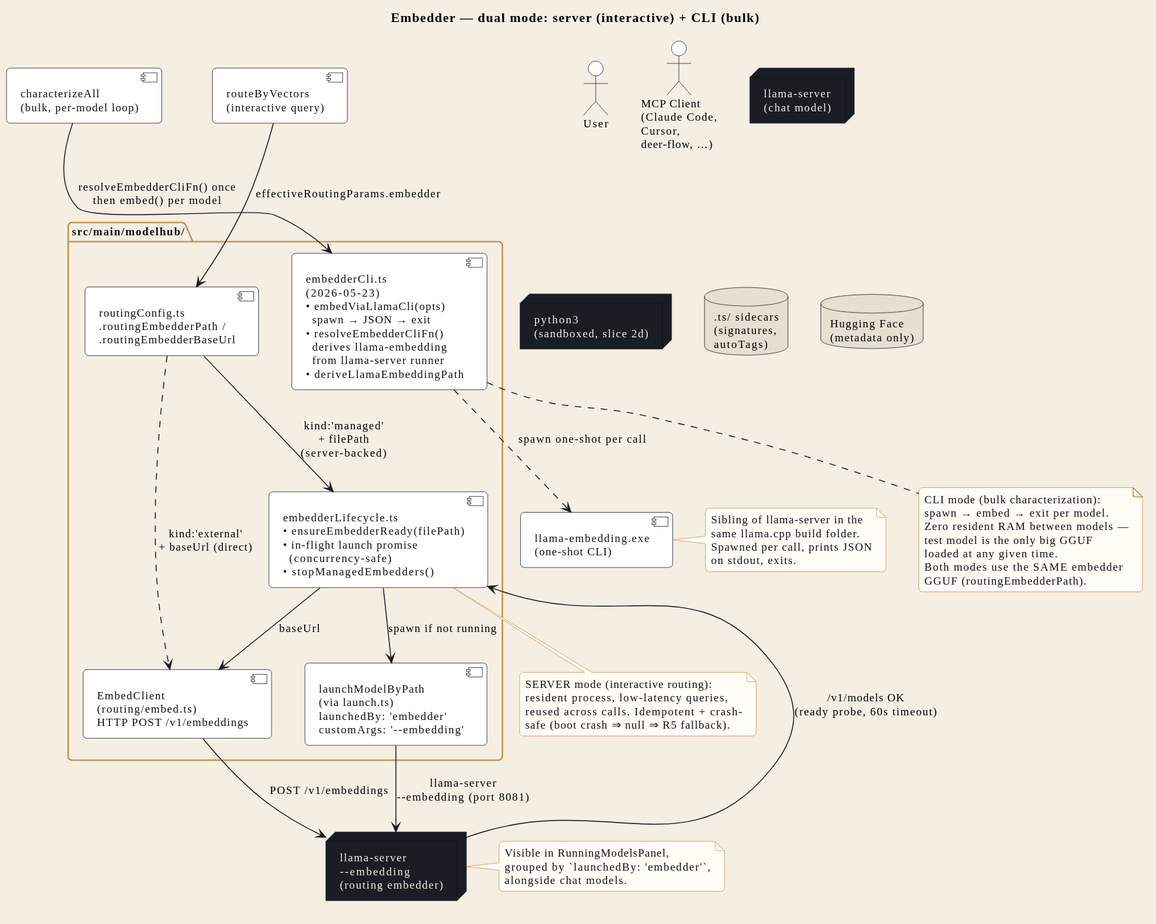
Earlier version of the PlantUML export docs/en/svg/embedder.svg (Syphys/maestria). The source it was exported from:
```plantuml
@startuml
!include ../_includes/style.iuml
!include ../_includes/actors.iuml

title Embedder — dual mode: server (interactive) + CLI (bulk)

package "src/main/modelhub/" {
  component "embedderLifecycle.ts\n• ensureEmbedderReady(filePath)\n• in-flight launch promise\n  (concurrency-safe)\n• stopManagedEmbedders()" as EMBED_LC
  component "embedderCli.ts\n(2026-05-23)\n• embedViaLlamaCli(opts)\n  spawn → JSON → exit\n• resolveEmbedderCliFn()\n  derives llama-embedding\n  from llama-server runner\n• deriveLlamaEmbeddingPath" as EMBED_CLI
  component "launchModelByPath\n(via launch.ts)\nlaunchedBy: 'embedder'\ncustomArgs: '--embedding'" as LAUNCH
  component "EmbedClient\n(routing/embed.ts)\nHTTP POST /v1/embeddings" as EMBED_CLIENT
  component "routingConfig.ts\n.routingEmbedderPath /\n.routingEmbedderBaseUrl" as RC
}

component "characterizeAll\n(bulk, per-model loop)" as CHAR_ALL
component "routeByVectors\n(interactive query)" as ROUTE

CHAR_ALL --> EMBED_CLI : resolveEmbedderCliFn() once\nthen embed() per model
ROUTE --> RC : effectiveRoutingParams.embedder

RC --> EMBED_LC : kind:'managed'\n+ filePath\n(server-backed)
RC ..> EMBED_CLIENT : kind:'external'\n+ baseUrl (direct)

EMBED_LC --> LAUNCH : spawn if not running
LAUNCH --> LLAMA_EMBED : llama-server\n--embedding (port 8081)
LLAMA_EMBED --> EMBED_LC : /v1/models OK\n(ready probe, 60s timeout)
EMBED_LC --> EMBED_CLIENT : baseUrl
EMBED_CLIENT --> LLAMA_EMBED : POST /v1/embeddings

component "llama-embedding.exe\n(one-shot CLI)" as LLAMA_EMBED_CLI
EMBED_CLI ..> LLAMA_EMBED_CLI : spawn one-shot per call

note right of LLAMA_EMBED_CLI
  Sibling of llama-server in the
  same llama.cpp build folder.
  Spawned per call, prints JSON
  on stdout, exits.
end note

note bottom of EMBED_LC
  SERVER mode (interactive routing):
  resident process, low-latency queries,
  reused across calls. Idempotent + crash-
  safe (boot crash ⇒ null ⇒ R5 fallback).
end note

note bottom of EMBED_CLI
  CLI mode (bulk characterization):
  spawn → embed → exit per model.
  Zero resident RAM between models —
  test model is the only big GGUF
  loaded at any given time.
  Both modes use the SAME embedder
  GGUF (routingEmbedderPath).
end note

note right of LLAMA_EMBED
  Visible in RunningModelsPanel,
  grouped by `launchedBy: 'embedder'`,
  alongside chat models.
end note
@enduml
```
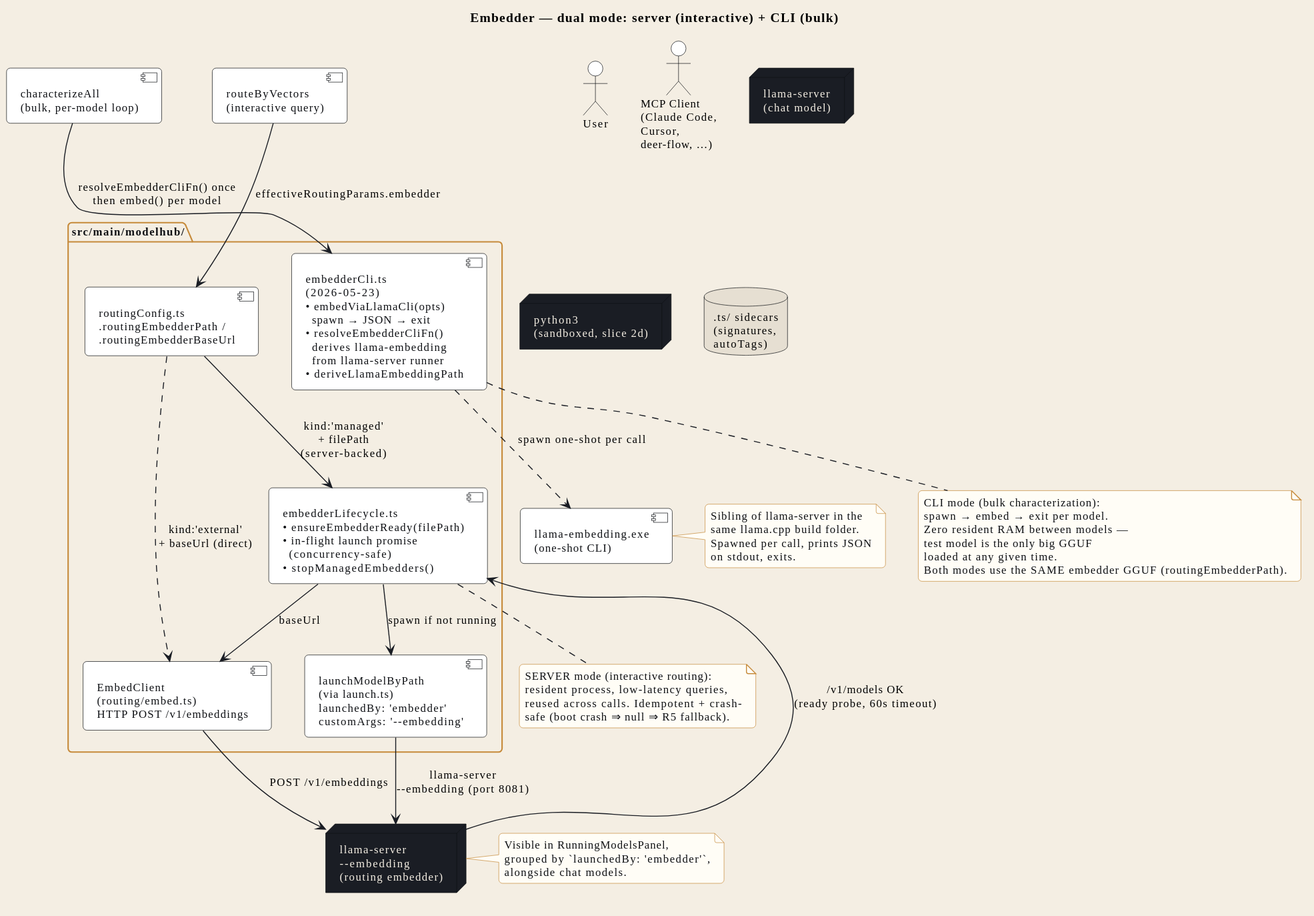
After the commit.

The edit, as a diff of the source:
```diff
@@ -2,61 +2,60 @@
 !include ../_includes/style.iuml
 !include ../_includes/actors.iuml
 
-title Embedder — dual mode: server (interactive) + CLI (bulk)
+title STR_EMBDIA_TITLE
 
 package "src/main/modelhub/" {
-  component "embedderLifecycle.ts\n• ensureEmbedderReady(filePath)\n• in-flight launch promise\n  (concurrency-safe)\n• stopManagedEmbedders()" as EMBED_LC
-  component "embedderCli.ts\n(2026-05-23)\n• embedViaLlamaCli(opts)\n  spawn → JSON → exit\n• resolveEmbedderCliFn()\n  derives llama-embedding\n  from llama-server runner\n• deriveLlamaEmbeddingPath" as EMBED_CLI
+  component "STR_EMBDIA_EMBED_LC" as EMBED_LC
+  component "STR_EMBDIA_EMBED_CLI" as EMBED_CLI
   component "launchModelByPath\n(via launch.ts)\nlaunchedBy: 'embedder'\ncustomArgs: '--embedding'" as LAUNCH
   component "EmbedClient\n(routing/embed.ts)\nHTTP POST /v1/embeddings" as EMBED_CLIENT
   component "routingConfig.ts\n.routingEmbedderPath /\n.routingEmbedderBaseUrl" as RC
 }
 
-component "characterizeAll\n(bulk, per-model loop)" as CHAR_ALL
-component "routeByVectors\n(interactive query)" as ROUTE
+component "STR_EMBDIA_CHAR_ALL" as CHAR_ALL
+component "STR_EMBDIA_ROUTE" as ROUTE
 
-CHAR_ALL --> EMBED_CLI : resolveEmbedderCliFn() once\nthen embed() per model
+CHAR_ALL --> EMBED_CLI : STR_EMBDIA_REL_CHAR_EMB
 ROUTE --> RC : effectiveRoutingParams.embedder
 
 RC --> EMBED_LC : kind:'managed'\n+ filePath\n(server-backed)
 RC ..> EMBED_CLIENT : kind:'external'\n+ baseUrl (direct)
 
-EMBED_LC --> LAUNCH : spawn if not running
+EMBED_LC --> LAUNCH : STR_EMBDIA_REL_SPAWN_IF
 LAUNCH --> LLAMA_EMBED : llama-server\n--embedding (port 8081)
-LLAMA_EMBED --> EMBED_LC : /v1/models OK\n(ready probe, 60s timeout)
+LLAMA_EMBED --> EMBED_LC : STR_EMBDIA_REL_READY_PROBE
 EMBED_LC --> EMBED_CLIENT : baseUrl
 EMBED_CLIENT --> LLAMA_EMBED : POST /v1/embeddings
 
-component "llama-embedding.exe\n(one-shot CLI)" as LLAMA_EMBED_CLI
-EMBED_CLI ..> LLAMA_EMBED_CLI : spawn one-shot per call
+component "STR_EMBDIA_LLAMA_CLI" as LLAMA_EMBED_CLI
+EMBED_CLI ..> LLAMA_EMBED_CLI : STR_EMBDIA_REL_SPAWN_ONESHOT
 
 note right of LLAMA_EMBED_CLI
-  Sibling of llama-server in the
-  same llama.cpp build folder.
-  Spawned per call, prints JSON
-  on stdout, exits.
+  STR_EMBDIA_NOTE_CLI_L1
+  STR_EMBDIA_NOTE_CLI_L2
+  STR_EMBDIA_NOTE_CLI_L3
+  STR_EMBDIA_NOTE_CLI_L4
 end note
 
 note bottom of EMBED_LC
-  SERVER mode (interactive routing):
-  resident process, low-latency queries,
-  reused across calls. Idempotent + crash-
-  safe (boot crash ⇒ null ⇒ R5 fallback).
+  STR_EMBDIA_NOTE_LC_L1
+  STR_EMBDIA_NOTE_LC_L2
+  STR_EMBDIA_NOTE_LC_L3
+  STR_EMBDIA_NOTE_LC_L4
 end note
 
 note bottom of EMBED_CLI
-  CLI mode (bulk characterization):
-  spawn → embed → exit per model.
-  Zero resident RAM between models —
-  test model is the only big GGUF
-  loaded at any given time.
-  Both modes use the SAME embedder
-  GGUF (routingEmbedderPath).
+  STR_EMBDIA_NOTE_CLI2_L1
+  STR_EMBDIA_NOTE_CLI2_L2
+  STR_EMBDIA_NOTE_CLI2_L3
+  STR_EMBDIA_NOTE_CLI2_L4
+  STR_EMBDIA_NOTE_CLI2_L5
+  STR_EMBDIA_NOTE_CLI2_L6
 end note
 
 note right of LLAMA_EMBED
-  Visible in RunningModelsPanel,
-  grouped by `launchedBy: 'embedder'`,
-  alongside chat models.
+  STR_EMBDIA_NOTE_LLAMA_L1
+  STR_EMBDIA_NOTE_LLAMA_L2
+  STR_EMBDIA_NOTE_LLAMA_L3
 end note
 @enduml
```
